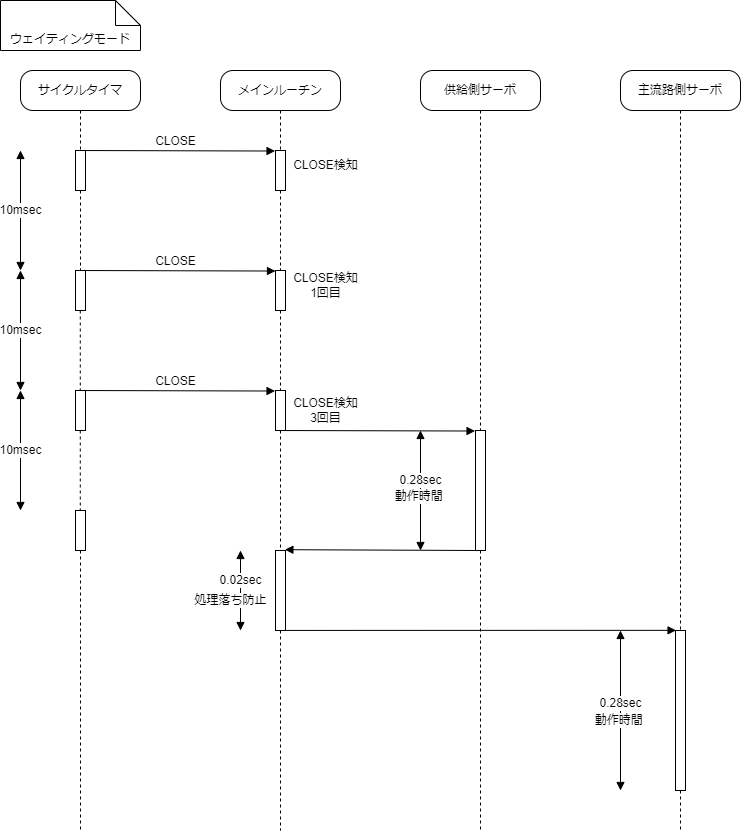
Before: Documents/Materials/images/Logics/ValveControlTimingChart_WaitingMode.png, a diagram exported from draw.io (tokai-student-rocket-project/H-58-Avionics). Source tidied: cells renumbered, new cells last; positions are measured from the earlier drawing's top-left corner, leaving out a move shared by most shapes. Its diagram source:
```xml
<mxGraphModel>
  <root>
    <mxCell id="0" />
    <mxCell id="1" parent="0" />
    <mxCell id="2" style="edgeStyle=none;html=1;fontSize=12;endArrow=none;endFill=0;dashed=1;" parent="1" edge="1" source="3" target="19">
      <mxGeometry relative="1" as="geometry" />
    </mxCell>
    <mxCell id="3" value="&lt;font style=&quot;font-size: 12px;&quot;&gt;メインルーチン&lt;/font&gt;" style="rounded=1;whiteSpace=wrap;html=1;arcSize=31;" parent="1" vertex="1">
      <mxGeometry x="220" y="70" width="120" height="40" as="geometry" />
    </mxCell>
    <mxCell id="4" style="edgeStyle=none;html=1;fontSize=12;dashed=1;endArrow=none;endFill=0;" parent="1" edge="1" source="5" target="10">
      <mxGeometry relative="1" as="geometry" />
    </mxCell>
    <mxCell id="5" value="サイクルタイマ" style="rounded=1;whiteSpace=wrap;html=1;arcSize=31;" parent="1" vertex="1">
      <mxGeometry x="20" y="70" width="120" height="40" as="geometry" />
    </mxCell>
    <mxCell id="6" value="ウェイティングモード" style="shape=note2;boundedLbl=1;whiteSpace=wrap;html=1;size=25;verticalAlign=top;align=center;fontSize=12;" parent="1" vertex="1">
      <mxGeometry width="140" height="50" as="geometry" />
    </mxCell>
    <mxCell id="7" style="edgeStyle=none;rounded=0;html=1;dashed=1;fontSize=12;endArrow=none;endFill=0;" parent="1" edge="1" source="8" target="38">
      <mxGeometry relative="1" as="geometry" />
    </mxCell>
    <mxCell id="8" value="&lt;font style=&quot;font-size: 12px;&quot;&gt;供給側サーボ&lt;/font&gt;" style="rounded=1;whiteSpace=wrap;html=1;arcSize=31;" parent="1" vertex="1">
      <mxGeometry x="420" y="70" width="120" height="40" as="geometry" />
    </mxCell>
    <mxCell id="9" style="edgeStyle=none;html=1;dashed=1;fontSize=12;endArrow=none;endFill=0;" parent="1" edge="1" source="10" target="11">
      <mxGeometry relative="1" as="geometry" />
    </mxCell>
    <mxCell id="10" style="html=1;points=[];perimeter=orthogonalPerimeter;fontSize=12;" parent="1" vertex="1">
      <mxGeometry x="75" y="150" width="10" height="40" as="geometry" />
    </mxCell>
    <mxCell id="11" style="html=1;points=[];perimeter=orthogonalPerimeter;fontSize=12;" parent="1" vertex="1">
      <mxGeometry x="75" y="270" width="10" height="40" as="geometry" />
    </mxCell>
    <mxCell id="12" style="endArrow=block;startArrow=block;endFill=1;startFill=1;html=1;fontSize=12;" parent="1" edge="1">
      <mxGeometry relative="1" as="geometry">
        <mxPoint x="20" y="270" as="sourcePoint" />
        <mxPoint x="20" y="150" as="targetPoint" />
      </mxGeometry>
    </mxCell>
    <mxCell id="13" value="10msec" style="edgeLabel;html=1;align=center;verticalAlign=middle;fontSize=12;" parent="12" vertex="1">
      <mxGeometry x="0.37" relative="1" as="geometry">
        <mxPoint y="22" as="offset" />
      </mxGeometry>
    </mxCell>
    <mxCell id="14" style="endArrow=block;startArrow=block;endFill=1;startFill=1;html=1;fontSize=12;" parent="1" edge="1">
      <mxGeometry relative="1" as="geometry">
        <mxPoint x="20" y="390" as="sourcePoint" />
        <mxPoint x="20" y="270" as="targetPoint" />
      </mxGeometry>
    </mxCell>
    <mxCell id="15" value="10msec" style="edgeLabel;html=1;align=center;verticalAlign=middle;fontSize=12;" parent="14" vertex="1">
      <mxGeometry x="0.37" relative="1" as="geometry">
        <mxPoint y="22" as="offset" />
      </mxGeometry>
    </mxCell>
    <mxCell id="16" style="edgeStyle=none;html=1;dashed=1;fontSize=12;endArrow=none;endFill=0;" parent="1" edge="1">
      <mxGeometry relative="1" as="geometry">
        <mxPoint x="79.8" y="310" as="sourcePoint" />
        <mxPoint x="79.8" y="390" as="targetPoint" />
      </mxGeometry>
    </mxCell>
    <mxCell id="17" style="html=1;perimeter=orthogonalPerimeter;fontSize=12;" parent="1" vertex="1">
      <mxGeometry x="75" y="390" width="10" height="40" as="geometry" />
    </mxCell>
    <mxCell id="18" style="edgeStyle=none;rounded=0;html=1;fontSize=12;endArrow=none;endFill=0;dashed=1;" parent="1" edge="1" source="19" target="23">
      <mxGeometry relative="1" as="geometry" />
    </mxCell>
    <mxCell id="19" style="html=1;points=[];perimeter=orthogonalPerimeter;fontSize=12;" parent="1" vertex="1">
      <mxGeometry x="275" y="150" width="10" height="40" as="geometry" />
    </mxCell>
    <mxCell id="20" value="CLOSE" style="html=1;verticalAlign=bottom;endArrow=block;rounded=0;fontSize=12;entryX=-0.044;entryY=0.013;entryDx=0;entryDy=0;entryPerimeter=0;" parent="1" edge="1" target="19">
      <mxGeometry relative="1" as="geometry">
        <mxPoint x="75" y="150" as="sourcePoint" />
      </mxGeometry>
    </mxCell>
    <mxCell id="21" value="CLOSE検知" style="text;html=1;align=center;verticalAlign=middle;strokeColor=none;fillColor=none;fontSize=12;" parent="1" vertex="1">
      <mxGeometry x="280" y="150" width="90" height="30" as="geometry" />
    </mxCell>
    <mxCell id="22" style="edgeStyle=none;rounded=0;html=1;dashed=1;fontSize=12;endArrow=none;endFill=0;" parent="1" edge="1" source="23" target="28">
      <mxGeometry relative="1" as="geometry" />
    </mxCell>
    <mxCell id="23" style="html=1;points=[];perimeter=orthogonalPerimeter;fontSize=12;" parent="1" vertex="1">
      <mxGeometry x="275" y="270" width="10" height="40" as="geometry" />
    </mxCell>
    <mxCell id="24" value="CLOSE" style="html=1;verticalAlign=bottom;endArrow=block;rounded=0;fontSize=12;entryX=-0.044;entryY=0.013;entryDx=0;entryDy=0;entryPerimeter=0;" parent="1" edge="1">
      <mxGeometry relative="1" as="geometry">
        <mxPoint x="75.4" y="270" as="sourcePoint" />
        <mxPoint x="275" y="270.5" as="targetPoint" />
      </mxGeometry>
    </mxCell>
    <mxCell id="25" value="CLOSE検知&lt;br&gt;1回目" style="text;html=1;align=center;verticalAlign=middle;strokeColor=none;fillColor=none;fontSize=12;" parent="1" vertex="1">
      <mxGeometry x="280" y="265" width="90" height="40" as="geometry" />
    </mxCell>
    <mxCell id="26" value="CLOSE" style="html=1;verticalAlign=bottom;endArrow=block;rounded=0;fontSize=12;entryX=-0.044;entryY=0.013;entryDx=0;entryDy=0;entryPerimeter=0;" parent="1" edge="1">
      <mxGeometry relative="1" as="geometry">
        <mxPoint x="75" y="390" as="sourcePoint" />
        <mxPoint x="274.6" y="390.5" as="targetPoint" />
      </mxGeometry>
    </mxCell>
    <mxCell id="27" style="edgeStyle=none;rounded=0;html=1;dashed=1;fontSize=12;endArrow=none;endFill=0;" parent="1" edge="1" source="28" target="43">
      <mxGeometry relative="1" as="geometry" />
    </mxCell>
    <mxCell id="28" style="html=1;points=[];perimeter=orthogonalPerimeter;fontSize=12;" parent="1" vertex="1">
      <mxGeometry x="275" y="390" width="10" height="40" as="geometry" />
    </mxCell>
    <mxCell id="29" value="CLOSE検知&lt;br&gt;3回目" style="text;html=1;align=center;verticalAlign=middle;strokeColor=none;fillColor=none;fontSize=12;" parent="1" vertex="1">
      <mxGeometry x="280" y="390" width="90" height="40" as="geometry" />
    </mxCell>
    <mxCell id="30" style="endArrow=block;startArrow=block;endFill=1;startFill=1;html=1;fontSize=12;" parent="1" edge="1">
      <mxGeometry relative="1" as="geometry">
        <mxPoint x="20" y="510" as="sourcePoint" />
        <mxPoint x="20" y="390" as="targetPoint" />
      </mxGeometry>
    </mxCell>
    <mxCell id="31" value="10msec" style="edgeLabel;html=1;align=center;verticalAlign=middle;fontSize=12;" parent="30" vertex="1">
      <mxGeometry x="0.37" relative="1" as="geometry">
        <mxPoint y="22" as="offset" />
      </mxGeometry>
    </mxCell>
    <mxCell id="32" style="edgeStyle=none;rounded=0;html=1;dashed=1;fontSize=12;endArrow=none;endFill=0;" parent="1" edge="1" source="33">
      <mxGeometry relative="1" as="geometry">
        <mxPoint x="80" y="830" as="targetPoint" />
      </mxGeometry>
    </mxCell>
    <mxCell id="33" style="html=1;points=[];perimeter=orthogonalPerimeter;fontSize=12;" parent="1" vertex="1">
      <mxGeometry x="75" y="510" width="10" height="40" as="geometry" />
    </mxCell>
    <mxCell id="34" style="edgeStyle=none;html=1;dashed=1;fontSize=12;endArrow=none;endFill=0;" parent="1" edge="1">
      <mxGeometry relative="1" as="geometry">
        <mxPoint x="79.8" y="430" as="sourcePoint" />
        <mxPoint x="79.8" y="510" as="targetPoint" />
      </mxGeometry>
    </mxCell>
    <mxCell id="35" style="edgeStyle=none;rounded=0;html=1;fontSize=12;endArrow=none;endFill=0;dashed=1;" parent="1" edge="1" source="36" target="50">
      <mxGeometry relative="1" as="geometry" />
    </mxCell>
    <mxCell id="36" value="&lt;font style=&quot;font-size: 12px;&quot;&gt;主流路側サーボ&lt;/font&gt;" style="rounded=1;whiteSpace=wrap;html=1;arcSize=31;" parent="1" vertex="1">
      <mxGeometry x="620" y="70" width="120" height="40" as="geometry" />
    </mxCell>
    <mxCell id="37" style="edgeStyle=none;rounded=0;html=1;dashed=1;fontSize=12;endArrow=none;endFill=0;" parent="1" edge="1" source="38">
      <mxGeometry relative="1" as="geometry">
        <mxPoint x="480" y="830" as="targetPoint" />
      </mxGeometry>
    </mxCell>
    <mxCell id="38" style="html=1;points=[];perimeter=orthogonalPerimeter;fontSize=12;" parent="1" vertex="1">
      <mxGeometry x="475" y="430" width="10" height="120" as="geometry" />
    </mxCell>
    <mxCell id="39" style="html=1;verticalAlign=bottom;endArrow=block;rounded=0;fontSize=12;entryX=-0.044;entryY=0.013;entryDx=0;entryDy=0;entryPerimeter=0;" parent="1" edge="1">
      <mxGeometry relative="1" as="geometry">
        <mxPoint x="275" y="430" as="sourcePoint" />
        <mxPoint x="474.6" y="430.5" as="targetPoint" />
      </mxGeometry>
    </mxCell>
    <mxCell id="40" style="endArrow=block;startArrow=block;endFill=1;startFill=1;html=1;fontSize=12;" parent="1" edge="1">
      <mxGeometry relative="1" as="geometry">
        <mxPoint x="420" y="550" as="sourcePoint" />
        <mxPoint x="420" y="430" as="targetPoint" />
      </mxGeometry>
    </mxCell>
    <mxCell id="41" value="0.28sec" style="edgeLabel;html=1;align=center;verticalAlign=middle;fontSize=12;" parent="40" vertex="1">
      <mxGeometry x="0.37" relative="1" as="geometry">
        <mxPoint y="12" as="offset" />
      </mxGeometry>
    </mxCell>
    <mxCell id="42" value="動作時間&amp;nbsp;" style="edgeLabel;html=1;align=center;verticalAlign=middle;fontSize=12;" parent="40" vertex="1">
      <mxGeometry x="-0.17" y="2" relative="1" as="geometry">
        <mxPoint x="2" y="-4" as="offset" />
      </mxGeometry>
    </mxCell>
    <mxCell id="43" style="html=1;points=[];perimeter=orthogonalPerimeter;fontSize=12;" parent="1" vertex="1">
      <mxGeometry x="275" y="550" width="10" height="80" as="geometry" />
    </mxCell>
    <mxCell id="44" style="html=1;verticalAlign=bottom;labelBackgroundColor=none;endArrow=block;endFill=1;rounded=0;fontSize=12;exitX=0.5;exitY=1;exitDx=0;exitDy=0;exitPerimeter=0;entryX=0.94;entryY=-0.01;entryDx=0;entryDy=0;entryPerimeter=0;" parent="1" edge="1" source="38" target="43">
      <mxGeometry relative="1" as="geometry" />
    </mxCell>
    <mxCell id="45" style="endArrow=block;startArrow=block;endFill=1;startFill=1;html=1;fontSize=12;" parent="1" edge="1">
      <mxGeometry relative="1" as="geometry">
        <mxPoint x="240" y="630" as="sourcePoint" />
        <mxPoint x="240" y="550" as="targetPoint" />
      </mxGeometry>
    </mxCell>
    <mxCell id="46" value="0.02sec" style="edgeLabel;html=1;align=center;verticalAlign=middle;fontSize=12;" parent="45" vertex="1">
      <mxGeometry x="0.37" relative="1" as="geometry">
        <mxPoint y="5" as="offset" />
      </mxGeometry>
    </mxCell>
    <mxCell id="47" value="処理落ち防止" style="edgeLabel;html=1;align=center;verticalAlign=middle;fontSize=12;" parent="45" vertex="1">
      <mxGeometry x="-0.17" y="2" relative="1" as="geometry">
        <mxPoint x="-8" y="3" as="offset" />
      </mxGeometry>
    </mxCell>
    <mxCell id="48" style="html=1;verticalAlign=bottom;endArrow=block;rounded=0;fontSize=12;entryX=0.057;entryY=-0.001;entryDx=0;entryDy=0;entryPerimeter=0;exitX=0.962;exitY=0.999;exitDx=0;exitDy=0;exitPerimeter=0;" parent="1" edge="1" source="43" target="50">
      <mxGeometry relative="1" as="geometry" />
    </mxCell>
    <mxCell id="49" style="edgeStyle=none;rounded=0;html=1;dashed=1;fontSize=12;endArrow=none;endFill=0;" parent="1" edge="1" source="50">
      <mxGeometry relative="1" as="geometry">
        <mxPoint x="680" y="830" as="targetPoint" />
      </mxGeometry>
    </mxCell>
    <mxCell id="50" style="html=1;points=[];perimeter=orthogonalPerimeter;fontSize=12;" parent="1" vertex="1">
      <mxGeometry x="675" y="630" width="10" height="160" as="geometry" />
    </mxCell>
    <mxCell id="51" style="endArrow=block;startArrow=block;endFill=1;startFill=1;html=1;fontSize=12;" parent="1" edge="1">
      <mxGeometry relative="1" as="geometry">
        <mxPoint x="620" y="790" as="sourcePoint" />
        <mxPoint x="620" y="630" as="targetPoint" />
      </mxGeometry>
    </mxCell>
    <mxCell id="52" value="0.28sec" style="edgeLabel;html=1;align=center;verticalAlign=middle;fontSize=12;" parent="51" vertex="1">
      <mxGeometry x="0.37" relative="1" as="geometry">
        <mxPoint y="22" as="offset" />
      </mxGeometry>
    </mxCell>
    <mxCell id="53" value="動作時間&amp;nbsp;" style="edgeLabel;html=1;align=center;verticalAlign=middle;fontSize=12;" parent="51" vertex="1">
      <mxGeometry x="-0.17" y="2" relative="1" as="geometry">
        <mxPoint x="2" y="-4" as="offset" />
      </mxGeometry>
    </mxCell>
    <mxCell id="54" style="edgeStyle=none;rounded=0;html=1;dashed=1;fontSize=12;endArrow=none;endFill=0;" parent="1" edge="1" source="43">
      <mxGeometry relative="1" as="geometry">
        <mxPoint x="280" y="830" as="targetPoint" />
      </mxGeometry>
    </mxCell>
  </root>
</mxGraphModel>
```
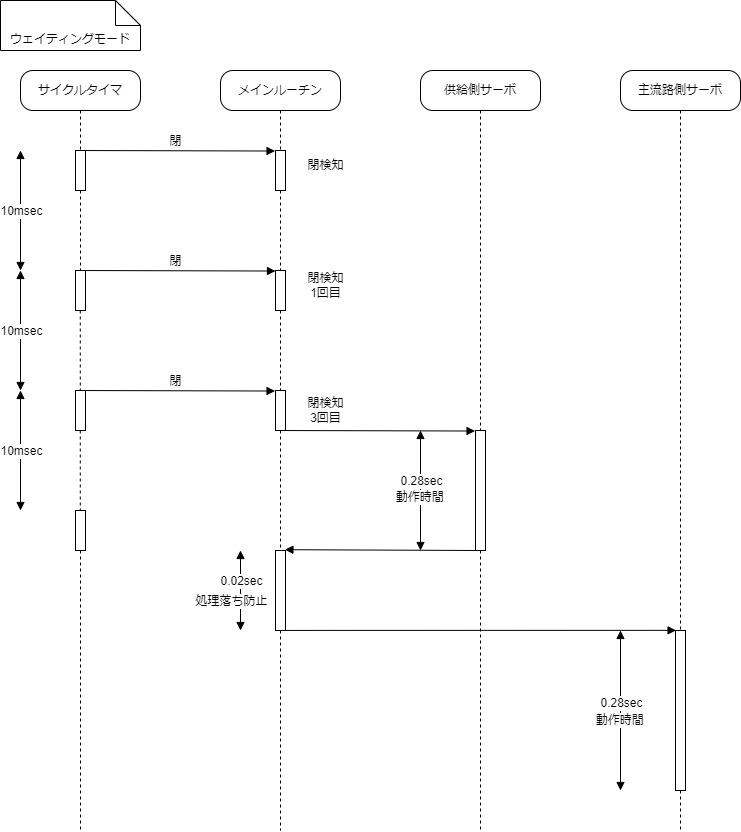
The same file after the commit.

Diff of the diagram source:
```diff
@@ -69,13 +69,13 @@
     <mxCell id="19" style="html=1;points=[];perimeter=orthogonalPerimeter;fontSize=12;" parent="1" vertex="1">
       <mxGeometry x="275" y="150" width="10" height="40" as="geometry" />
     </mxCell>
-    <mxCell id="20" value="CLOSE" style="html=1;verticalAlign=bottom;endArrow=block;rounded=0;fontSize=12;entryX=-0.044;entryY=0.013;entryDx=0;entryDy=0;entryPerimeter=0;" parent="1" edge="1" target="19">
+    <mxCell id="20" value="閉" style="html=1;verticalAlign=bottom;endArrow=block;rounded=0;fontSize=12;entryX=-0.044;entryY=0.013;entryDx=0;entryDy=0;entryPerimeter=0;" parent="1" edge="1" target="19">
       <mxGeometry relative="1" as="geometry">
         <mxPoint x="75" y="150" as="sourcePoint" />
       </mxGeometry>
     </mxCell>
-    <mxCell id="21" value="CLOSE検知" style="text;html=1;align=center;verticalAlign=middle;strokeColor=none;fillColor=none;fontSize=12;" parent="1" vertex="1">
-      <mxGeometry x="280" y="150" width="90" height="30" as="geometry" />
+    <mxCell id="21" value="閉検知" style="text;html=1;align=center;verticalAlign=middle;strokeColor=none;fillColor=none;fontSize=12;" parent="1" vertex="1">
+      <mxGeometry x="295" y="150" width="60" height="30" as="geometry" />
     </mxCell>
     <mxCell id="22" style="edgeStyle=none;rounded=0;html=1;dashed=1;fontSize=12;endArrow=none;endFill=0;" parent="1" edge="1" source="23" target="28">
       <mxGeometry relative="1" as="geometry" />
@@ -83,16 +83,16 @@
     <mxCell id="23" style="html=1;points=[];perimeter=orthogonalPerimeter;fontSize=12;" parent="1" vertex="1">
       <mxGeometry x="275" y="270" width="10" height="40" as="geometry" />
     </mxCell>
-    <mxCell id="24" value="CLOSE" style="html=1;verticalAlign=bottom;endArrow=block;rounded=0;fontSize=12;entryX=-0.044;entryY=0.013;entryDx=0;entryDy=0;entryPerimeter=0;" parent="1" edge="1">
+    <mxCell id="24" value="閉" style="html=1;verticalAlign=bottom;endArrow=block;rounded=0;fontSize=12;entryX=-0.044;entryY=0.013;entryDx=0;entryDy=0;entryPerimeter=0;" parent="1" edge="1">
       <mxGeometry relative="1" as="geometry">
         <mxPoint x="75.4" y="270" as="sourcePoint" />
         <mxPoint x="275" y="270.5" as="targetPoint" />
       </mxGeometry>
     </mxCell>
-    <mxCell id="25" value="CLOSE検知&lt;br&gt;1回目" style="text;html=1;align=center;verticalAlign=middle;strokeColor=none;fillColor=none;fontSize=12;" parent="1" vertex="1">
-      <mxGeometry x="280" y="265" width="90" height="40" as="geometry" />
+    <mxCell id="25" value="閉検知&lt;br&gt;1回目" style="text;html=1;align=center;verticalAlign=middle;strokeColor=none;fillColor=none;fontSize=12;" parent="1" vertex="1">
+      <mxGeometry x="295" y="265" width="60" height="40" as="geometry" />
     </mxCell>
-    <mxCell id="26" value="CLOSE" style="html=1;verticalAlign=bottom;endArrow=block;rounded=0;fontSize=12;entryX=-0.044;entryY=0.013;entryDx=0;entryDy=0;entryPerimeter=0;" parent="1" edge="1">
+    <mxCell id="26" value="閉" style="html=1;verticalAlign=bottom;endArrow=block;rounded=0;fontSize=12;entryX=-0.044;entryY=0.013;entryDx=0;entryDy=0;entryPerimeter=0;" parent="1" edge="1">
       <mxGeometry relative="1" as="geometry">
         <mxPoint x="75" y="390" as="sourcePoint" />
         <mxPoint x="274.6" y="390.5" as="targetPoint" />
@@ -104,8 +104,8 @@
     <mxCell id="28" style="html=1;points=[];perimeter=orthogonalPerimeter;fontSize=12;" parent="1" vertex="1">
       <mxGeometry x="275" y="390" width="10" height="40" as="geometry" />
     </mxCell>
-    <mxCell id="29" value="CLOSE検知&lt;br&gt;3回目" style="text;html=1;align=center;verticalAlign=middle;strokeColor=none;fillColor=none;fontSize=12;" parent="1" vertex="1">
-      <mxGeometry x="280" y="390" width="90" height="40" as="geometry" />
+    <mxCell id="29" value="閉検知&lt;br&gt;3回目" style="text;html=1;align=center;verticalAlign=middle;strokeColor=none;fillColor=none;fontSize=12;" parent="1" vertex="1">
+      <mxGeometry x="295" y="390" width="60" height="40" as="geometry" />
     </mxCell>
     <mxCell id="30" style="endArrow=block;startArrow=block;endFill=1;startFill=1;html=1;fontSize=12;" parent="1" edge="1">
       <mxGeometry relative="1" as="geometry">
```
